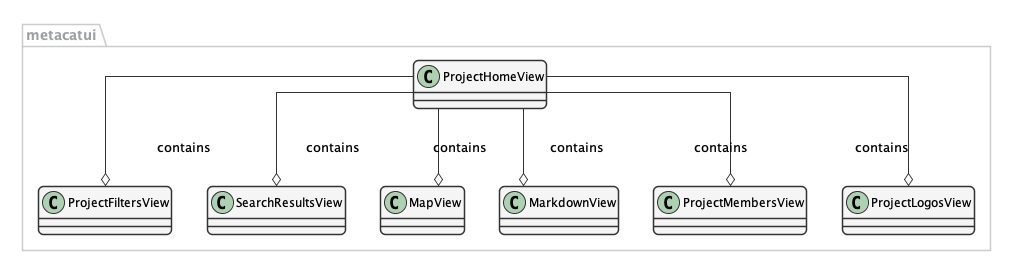
The PlantUML diagram docs/design/project/images/project-home-view-design.png in NCEAS/metacatui, before a commit. Source of this version:
```plantuml
@startuml images/project-home-view-design.png

      skinparam shadowing false
      skinparam roundcorner 10
      skinparam linetype ortho

      skinparam sequence {
      	ArrowColor #1F4260
      	LifeLineBorderColor #1F4260
      	LifeLineBackgroundColor #428BCA
      	ParticipantBorderColor #AAAAAA
      	ParticipantBackgroundColor #F5F5F5
        ActorBackgroundColor #DDDDDD
        ActorBorderColor #333333
      }

      skinparam noteFontColor #C49858
      skinparam note {
        BackgroundColor #FCF8E4
        BorderColor #FCEED6
      }

      skinparam class {
        BackgroundColor #F5F5F5
        BorderColor #333333
        ArrowColor #333333
      }

      skinparam packageFontColor #9DA0A4
      skinparam package {
        BorderColor #CCCCCC
      }


  package metacatui {
    class ProjectHomeView {
    }
    class ProjectFiltersView {
    }
    class SearchResultsView {
    }
    class MapView {
    }
    class MarkdownView {
    }
    class ProjectMembersView {
    }
    class ProjectLogosView {
    }
  }

  ProjectHomeView --o ProjectFiltersView : contains
  ProjectHomeView --o SearchResultsView : contains
  ProjectHomeView --o MapView : contains
  ProjectHomeView --o MarkdownView : contains
  ProjectHomeView --o ProjectMembersView : contains
  ProjectHomeView --o ProjectLogosView : contains
@enduml
```
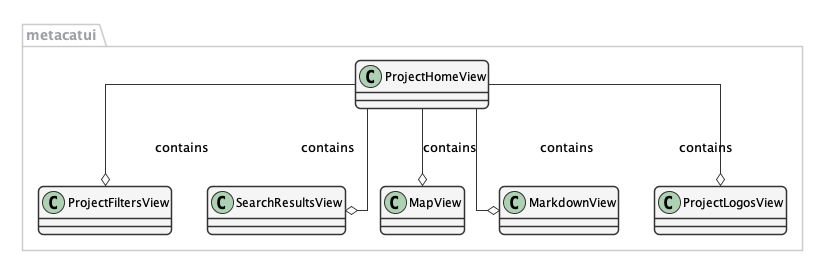
Above is the later version.

Diff of the diagram source:
```diff
@@ -43,8 +43,6 @@
     }
     class MarkdownView {
     }
-    class ProjectMembersView {
-    }
     class ProjectLogosView {
     }
   }
@@ -53,6 +51,5 @@
   ProjectHomeView --o SearchResultsView : contains
   ProjectHomeView --o MapView : contains
   ProjectHomeView --o MarkdownView : contains
-  ProjectHomeView --o ProjectMembersView : contains
   ProjectHomeView --o ProjectLogosView : contains
 @enduml
```
